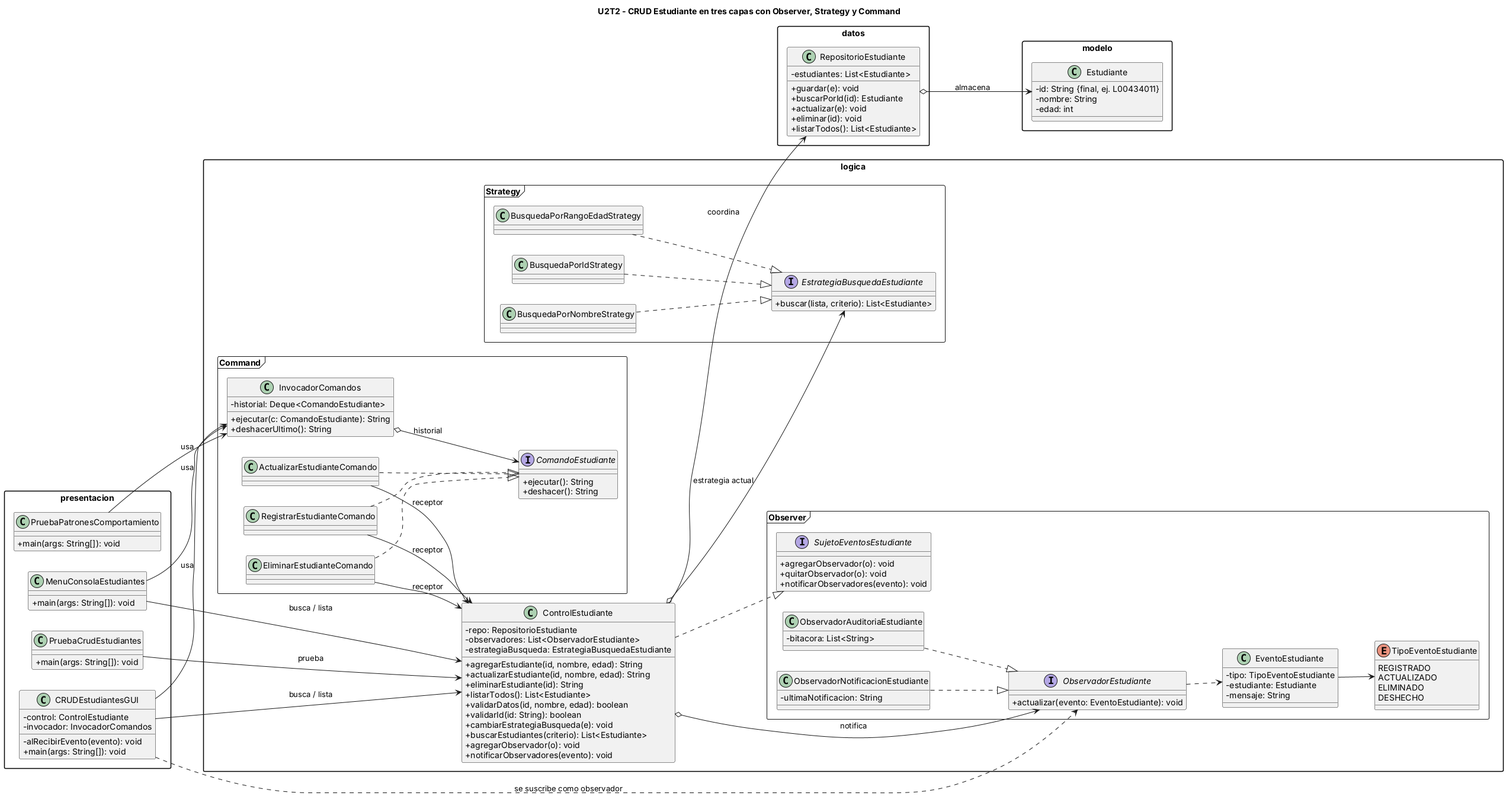
Earlier version of the PlantUML export PROYECTO/2. DISEÑOS/U2T2/diagrama_patrones_comportamiento.png (Ricardo-lainez/RicardoLainez36838_G5_ADSW). Its diagram source:
```plantuml
@startuml
title U2T2 - CRUD Estudiante en tres capas con Observer, Strategy y Command

skinparam packageStyle rectangle
skinparam classAttributeIconSize 0
skinparam shadowing false
left to right direction

package "presentacion" {
  class PruebaCrudEstudiantes {
    + main(args: String[]): void
  }
  class PruebaPatronesComportamiento {
    + main(args: String[]): void
  }
  class MenuConsolaEstudiantes {
    + main(args: String[]): void
  }
  class CRUDEstudiantesGUI {
    - control: ControlEstudiante
    - invocador: InvocadorComandos
    - alRecibirEvento(evento): void
    + main(args: String[]): void
  }
}

package "logica" {
  class ControlEstudiante {
    - repo: RepositorioEstudiante
    - observadores: List<ObservadorEstudiante>
    - estrategiaBusqueda: EstrategiaBusquedaEstudiante
    + agregarEstudiante(id, nombre, edad): String
    + actualizarEstudiante(id, nombre, edad): String
    + eliminarEstudiante(id): String
    + listarTodos(): List<Estudiante>
    + validarDatos(id, nombre, edad): boolean
    + validarId(id: String): boolean
    + cambiarEstrategiaBusqueda(e): void
    + buscarEstudiantes(criterio): List<Estudiante>
    + agregarObservador(o): void
    + notificarObservadores(evento): void
  }

  package "Observer" <<Frame>> {
    interface SujetoEventosEstudiante {
      + agregarObservador(o): void
      + quitarObservador(o): void
      + notificarObservadores(evento): void
    }
    interface ObservadorEstudiante {
      + actualizar(evento: EventoEstudiante): void
    }
    class ObservadorAuditoriaEstudiante {
      - bitacora: List<String>
    }
    class ObservadorNotificacionEstudiante {
      - ultimaNotificacion: String
    }
    class EventoEstudiante {
      - tipo: TipoEventoEstudiante
      - estudiante: Estudiante
      - mensaje: String
    }
    enum TipoEventoEstudiante {
      REGISTRADO
      ACTUALIZADO
      ELIMINADO
      DESHECHO
    }
  }

  package "Strategy" <<Frame>> {
    interface EstrategiaBusquedaEstudiante {
      + buscar(lista, criterio): List<Estudiante>
    }
    class BusquedaPorIdStrategy
    class BusquedaPorNombreStrategy
    class BusquedaPorRangoEdadStrategy
  }

  package "Command" <<Frame>> {
    interface ComandoEstudiante {
      + ejecutar(): String
      + deshacer(): String
    }
    class RegistrarEstudianteComando
    class ActualizarEstudianteComando
    class EliminarEstudianteComando
    class InvocadorComandos {
      - historial: Deque<ComandoEstudiante>
      + ejecutar(c: ComandoEstudiante): String
      + deshacerUltimo(): String
    }
  }
}

package "datos" {
  class RepositorioEstudiante {
    - estudiantes: List<Estudiante>
    + guardar(e): void
    + buscarPorId(id): Estudiante
    + actualizar(e): void
    + eliminar(id): void
    + listarTodos(): List<Estudiante>
  }
}

package "modelo" {
  class Estudiante {
    - id: String {final, ej. L00434011}
    - nombre: String
    - edad: int
  }
}

PruebaCrudEstudiantes --> ControlEstudiante : prueba
PruebaPatronesComportamiento --> InvocadorComandos : usa
MenuConsolaEstudiantes --> InvocadorComandos : usa
MenuConsolaEstudiantes --> ControlEstudiante : busca / lista
CRUDEstudiantesGUI --> InvocadorComandos : usa
CRUDEstudiantesGUI --> ControlEstudiante : busca / lista
CRUDEstudiantesGUI ..> ObservadorEstudiante : se suscribe como observador
ControlEstudiante --> RepositorioEstudiante : coordina
RepositorioEstudiante o--> Estudiante : almacena

ControlEstudiante ..|> SujetoEventosEstudiante
ControlEstudiante o--> ObservadorEstudiante : notifica
ObservadorAuditoriaEstudiante ..|> ObservadorEstudiante
ObservadorNotificacionEstudiante ..|> ObservadorEstudiante
ObservadorEstudiante ..> EventoEstudiante
EventoEstudiante --> TipoEventoEstudiante

ControlEstudiante o--> EstrategiaBusquedaEstudiante : estrategia actual
BusquedaPorIdStrategy ..|> EstrategiaBusquedaEstudiante
BusquedaPorNombreStrategy ..|> EstrategiaBusquedaEstudiante
BusquedaPorRangoEdadStrategy ..|> EstrategiaBusquedaEstudiante

InvocadorComandos o--> ComandoEstudiante : historial
RegistrarEstudianteComando ..|> ComandoEstudiante
ActualizarEstudianteComando ..|> ComandoEstudiante
EliminarEstudianteComando ..|> ComandoEstudiante
RegistrarEstudianteComando --> ControlEstudiante : receptor
ActualizarEstudianteComando --> ControlEstudiante : receptor
EliminarEstudianteComando --> ControlEstudiante : receptor
@enduml
```
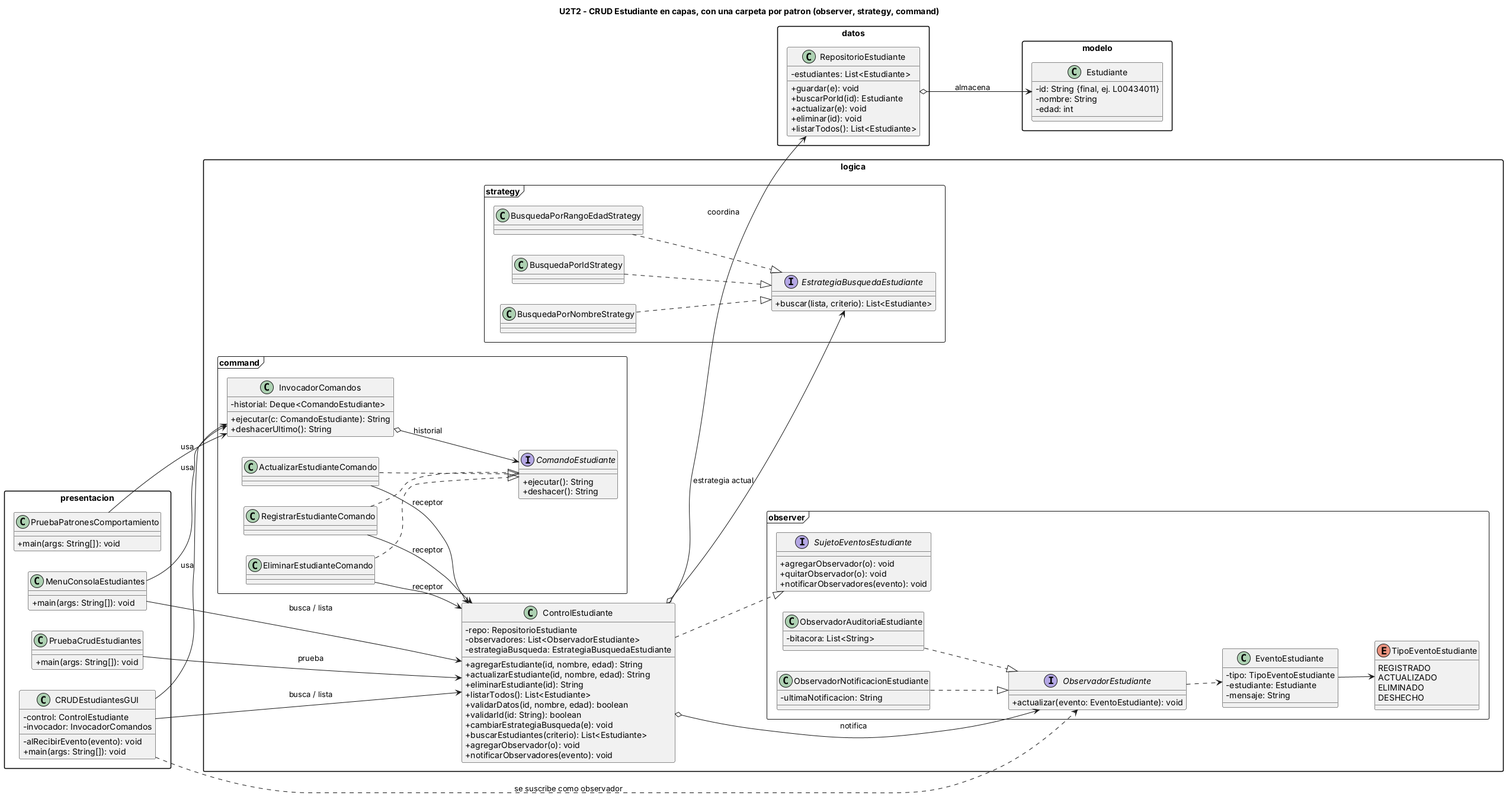
Later version of the same file.

The edit, as a diff of the source:
```diff
@@ -1,5 +1,5 @@
 @startuml
-title U2T2 - CRUD Estudiante en tres capas con Observer, Strategy y Command
+title U2T2 - CRUD Estudiante en capas, con una carpeta por patron (observer, strategy, command)
 
 skinparam packageStyle rectangle
 skinparam classAttributeIconSize 0
@@ -41,7 +41,7 @@
     + notificarObservadores(evento): void
   }
 
-  package "Observer" <<Frame>> {
+  package "observer" <<Frame>> {
     interface SujetoEventosEstudiante {
       + agregarObservador(o): void
       + quitarObservador(o): void
@@ -69,7 +69,7 @@
     }
   }
 
-  package "Strategy" <<Frame>> {
+  package "strategy" <<Frame>> {
     interface EstrategiaBusquedaEstudiante {
       + buscar(lista, criterio): List<Estudiante>
     }
@@ -78,7 +78,7 @@
     class BusquedaPorRangoEdadStrategy
   }
 
-  package "Command" <<Frame>> {
+  package "command" <<Frame>> {
     interface ComandoEstudiante {
       + ejecutar(): String
       + deshacer(): String
```
